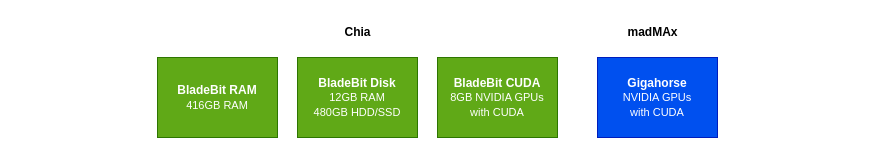
hanggrian/IIT-CS554 keeps this draw.io diagram as bladebit-compression/types.drawio. Above is the earlier version. Source tidied: cells renumbered, new cells numbered last; positions are measured from the earlier drawing's top-left corner, leaving out a move shared by most shapes. Both pictures are drawn from the tidied source at 100%, with x=0, y=0 at pixel (157, 17).
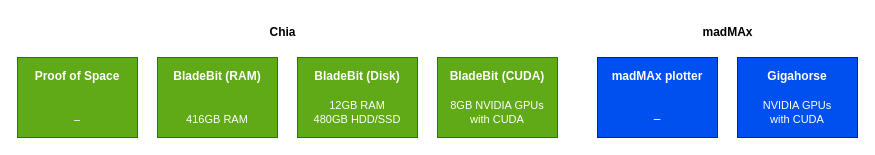
After the change.

What changed in the source:
```diff
@@
 <mxGraphModel>
   <root>
     <mxCell id="0" />
     <mxCell id="1" parent="0" />
-    <mxCell id="2" value="&lt;b&gt;BladeBit RAM&lt;br&gt;&lt;/b&gt;&lt;font style=&quot;font-size: 11px;&quot;&gt;416GB RAM&lt;/font&gt;" style="rounded=0;whiteSpace=wrap;html=1;fillColor=#60a917;fontColor=#ffffff;strokeColor=#2D7600;" parent="1" vertex="1">
+    <mxCell id="2" value="&lt;b&gt;BladeBit (RAM)&lt;br&gt;&lt;/b&gt;&lt;font style=&quot;font-size: 11px;&quot;&gt;&lt;br&gt;&lt;br&gt;416GB RAM&lt;/font&gt;" style="rounded=0;whiteSpace=wrap;html=1;fillColor=#60a917;fontColor=#ffffff;strokeColor=#2D7600;" parent="1" vertex="1">
       <mxGeometry y="40" width="120" height="80" as="geometry" />
     </mxCell>
-    <mxCell id="3" value="&lt;b&gt;BladeBit Disk&lt;br&gt;&lt;/b&gt;&lt;font style=&quot;font-size: 11px;&quot;&gt;12GB RAM&lt;br&gt;480GB HDD/SSD&lt;br&gt;&lt;/font&gt;" style="rounded=0;whiteSpace=wrap;html=1;fillColor=#60a917;fontColor=#ffffff;strokeColor=#2D7600;" parent="1" vertex="1">
+    <mxCell id="3" value="&lt;b&gt;BladeBit (Disk)&lt;br&gt;&lt;/b&gt;&lt;font style=&quot;font-size: 11px;&quot;&gt;&lt;br&gt;12GB RAM&lt;br&gt;480GB HDD/SSD&lt;br&gt;&lt;/font&gt;" style="rounded=0;whiteSpace=wrap;html=1;fillColor=#60a917;fontColor=#ffffff;strokeColor=#2D7600;" parent="1" vertex="1">
       <mxGeometry x="140" y="40" width="120" height="80" as="geometry" />
     </mxCell>
-    <mxCell id="4" value="&lt;b&gt;Gigahorse&lt;br&gt;&lt;/b&gt;&lt;font style=&quot;font-size: 11px;&quot;&gt;NVIDIA GPUs&lt;br&gt;with CUDA&lt;/font&gt;" style="rounded=0;whiteSpace=wrap;html=1;fillColor=#0050ef;fontColor=#ffffff;strokeColor=#001DBC;" parent="1" vertex="1">
-      <mxGeometry x="440" y="40" width="120" height="80" as="geometry" />
-    </mxCell>
-    <mxCell id="5" value="&lt;b&gt;BladeBit CUDA&lt;br&gt;&lt;/b&gt;&lt;font style=&quot;font-size: 11px;&quot;&gt;8GB NVIDIA GPUs&lt;br&gt;with CUDA&lt;br&gt;&lt;/font&gt;" style="rounded=0;whiteSpace=wrap;html=1;fillColor=#60a917;fontColor=#ffffff;strokeColor=#2D7600;" parent="1" vertex="1">
+    <mxCell id="5" value="&lt;b&gt;BladeBit (CUDA)&lt;br&gt;&lt;/b&gt;&lt;font style=&quot;font-size: 11px;&quot;&gt;&lt;br&gt;8GB NVIDIA GPUs&lt;br&gt;with CUDA&lt;br&gt;&lt;/font&gt;" style="rounded=0;whiteSpace=wrap;html=1;fillColor=#60a917;fontColor=#ffffff;strokeColor=#2D7600;" parent="1" vertex="1">
       <mxGeometry x="280" y="40" width="120" height="80" as="geometry" />
     </mxCell>
     <mxCell id="6" value="Chia" style="text;html=1;align=center;verticalAlign=middle;strokeColor=none;fillColor=none;fontSize=12;fontStyle=1;" parent="1" vertex="1">
-      <mxGeometry x="175" width="50" height="30" as="geometry" />
+      <mxGeometry x="100" width="50" height="30" as="geometry" />
     </mxCell>
     <mxCell id="7" value="madMAx" style="text;html=1;align=center;verticalAlign=middle;strokeColor=none;fillColor=none;fontSize=12;fontStyle=1;" parent="1" vertex="1">
-      <mxGeometry x="460" width="70" height="30" as="geometry" />
+      <mxGeometry x="535" width="70" height="30" as="geometry" />
     </mxCell>
+    <mxCell id="4" value="&lt;b&gt;madMAx plotter&lt;br&gt;&lt;/b&gt;&lt;br&gt;&lt;br&gt;–" style="rounded=0;whiteSpace=wrap;html=1;fillColor=#0050ef;fontColor=#ffffff;strokeColor=#001DBC;" parent="1" vertex="1">
+      <mxGeometry x="440" y="40" width="120" height="80" as="geometry" />
+    </mxCell>
+    <mxCell id="8" value="&lt;b&gt;Gigahorse&lt;br&gt;&lt;/b&gt;&lt;font style=&quot;font-size: 11px;&quot;&gt;&lt;br&gt;NVIDIA GPUs&lt;br&gt;with CUDA&lt;/font&gt;" style="rounded=0;whiteSpace=wrap;html=1;fillColor=#0050ef;fontColor=#ffffff;strokeColor=#001DBC;" parent="1" vertex="1">
+      <mxGeometry x="580" y="40" width="120" height="80" as="geometry" />
+    </mxCell>
+    <mxCell id="9" value="&lt;b&gt;Proof of Space&lt;br&gt;&lt;/b&gt;&lt;font style=&quot;font-size: 11px;&quot;&gt;&lt;br&gt;&lt;br&gt;–&lt;br&gt;&lt;/font&gt;" style="rounded=0;whiteSpace=wrap;html=1;fillColor=#60a917;fontColor=#ffffff;strokeColor=#2D7600;" parent="1" vertex="1">
+      <mxGeometry x="-140" y="40" width="120" height="80" as="geometry" />
+    </mxCell>
   </root>
 </mxGraphModel>
```
